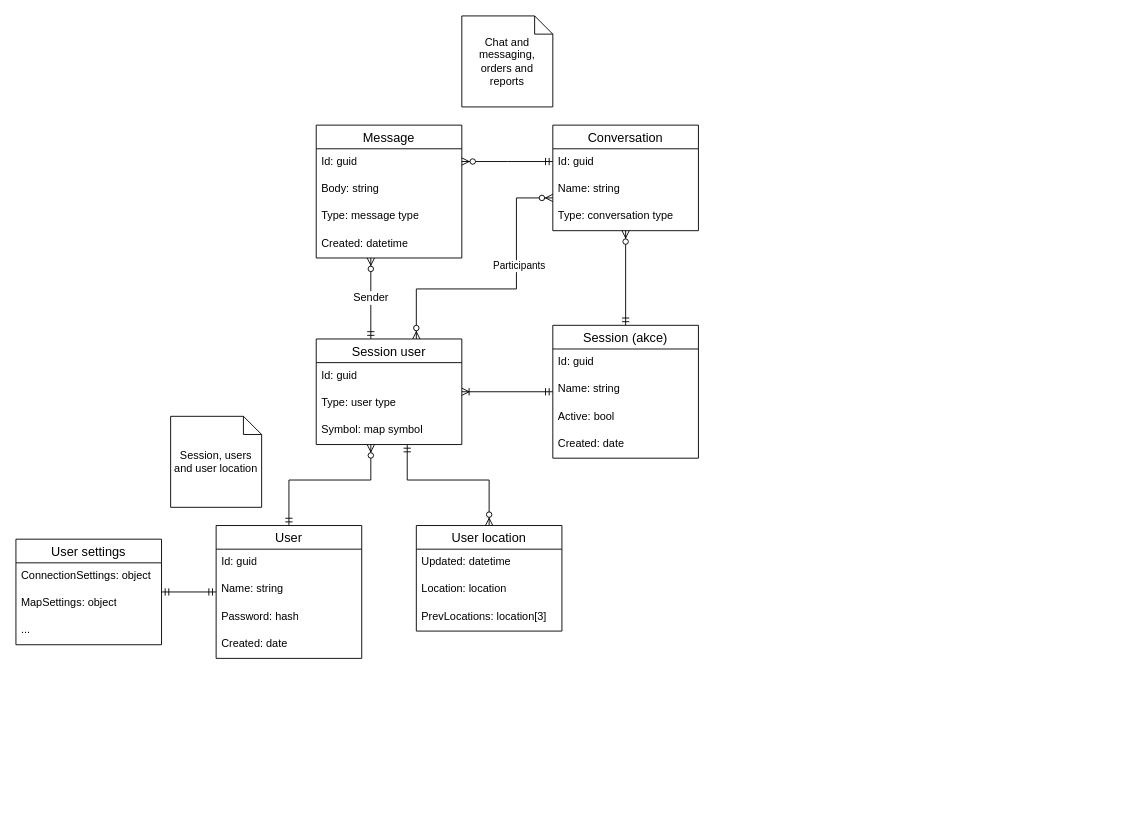
Revarin/dp24-milapp-perina keeps this draw.io diagram as doc/design/domain_model.drawio. Above is the earlier version. Source tidied: cells renumbered, new cells numbered last; positions are measured from the earlier drawing's top-left corner, leaving out a move shared by most shapes. Both pictures are drawn from the tidied source at 91%, with x=0, y=0 at pixel (15, 15).
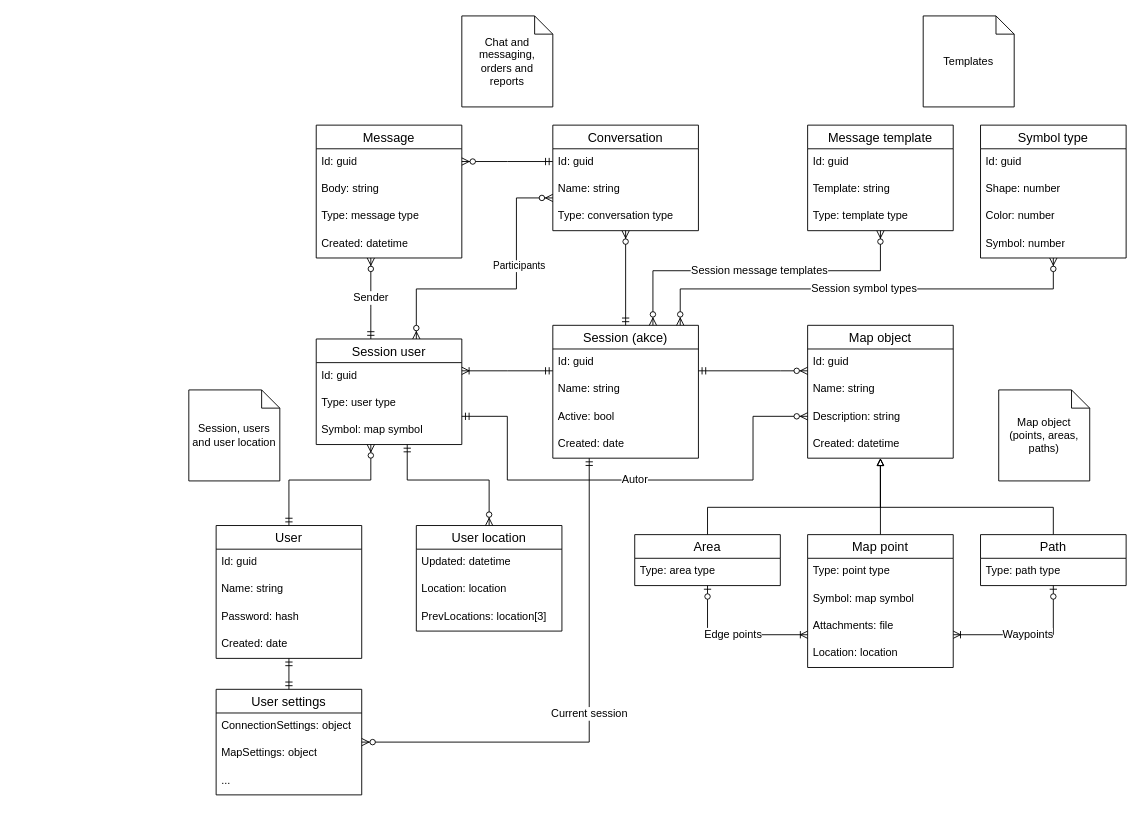
Above is the later version.

The change refers to these unchanged cells:
```xml
<mxCell id="2" value="Session (akce)" style="swimlane;fontStyle=0;horizontal=1;startSize=26;align=center;fontSize=14;" parent="1" vertex="1">
  <mxGeometry x="590" y="340" width="160" height="146" as="geometry" />
</mxCell>
<mxCell id="12" value="Session user" style="swimlane;fontStyle=0;horizontal=1;startSize=26;align=center;fontSize=14;" parent="1" vertex="1">
  <mxGeometry x="330" y="355" width="160" height="116" as="geometry" />
</mxCell>
```

What changed in the source:
```diff
@@
     <mxCell id="20" style="edgeStyle=orthogonalEdgeStyle;fontSize=12;html=1;endArrow=ERoneToMany;startArrow=ERmandOne;rounded=0;" parent="1" edge="1" source="2" target="12">
-      <mxGeometry relative="1" as="geometry" />
+      <mxGeometry relative="1" as="geometry">
+        <Array as="points">
+          <mxPoint x="540" y="390" />
+          <mxPoint x="540" y="390" />
+        </Array>
+      </mxGeometry>
     </mxCell>
@@
     <mxCell id="23" value="User settings" style="swimlane;fontStyle=0;horizontal=1;startSize=26;align=center;fontSize=14;" parent="1" vertex="1">
-      <mxGeometry y="575" width="160" height="116" as="geometry" />
+      <mxGeometry x="220" y="740" width="160" height="116" as="geometry" />
     </mxCell>
@@
     <mxCell id="28" value="Session, users and user location" style="shape=note;size=20;whiteSpace=wrap;html=1;" parent="1" vertex="1">
-      <mxGeometry x="170" y="440" width="100" height="100" as="geometry" />
+      <mxGeometry x="190" y="411" width="100" height="100" as="geometry" />
     </mxCell>
@@
+    <mxCell id="44" style="edgeStyle=orthogonalEdgeStyle;rounded=0;jettySize=auto;html=1;endArrow=block;endFill=0;" parent="1" edge="1" source="45" target="56">
+      <mxGeometry relative="1" as="geometry" />
+    </mxCell>
+    <mxCell id="45" value="Map point" style="swimlane;fontStyle=0;horizontal=1;startSize=26;align=center;fontSize=14;" parent="1" vertex="1">
+      <mxGeometry x="870" y="570" width="160" height="146" as="geometry" />
+    </mxCell>
+    <mxCell id="46" value="Type: point type" style="text;strokeColor=none;fillColor=none;spacingLeft=4;spacingRight=4;overflow=hidden;fontSize=12;whiteSpace=wrap;html=1;" parent="45" vertex="1">
+      <mxGeometry y="26" width="160" height="30" as="geometry" />
+    </mxCell>
+    <mxCell id="47" value="Symbol: map symbol" style="text;strokeColor=none;fillColor=none;spacingLeft=4;spacingRight=4;overflow=hidden;fontSize=12;whiteSpace=wrap;html=1;" parent="45" vertex="1">
+      <mxGeometry y="56" width="160" height="30" as="geometry" />
+    </mxCell>
+    <mxCell id="48" value="Attachments: file" style="text;strokeColor=none;fillColor=none;spacingLeft=4;spacingRight=4;overflow=hidden;fontSize=12;whiteSpace=wrap;html=1;" parent="45" vertex="1">
+      <mxGeometry y="86" width="160" height="30" as="geometry" />
+    </mxCell>
+    <mxCell id="49" value="Location: location" style="text;strokeColor=none;fillColor=none;spacingLeft=4;spacingRight=4;overflow=hidden;fontSize=12;whiteSpace=wrap;html=1;" parent="45" vertex="1">
+      <mxGeometry y="116" width="160" height="30" as="geometry" />
+    </mxCell>
+    <mxCell id="50" style="edgeStyle=orthogonalEdgeStyle;rounded=0;jettySize=auto;html=1;endArrow=block;endFill=0;" parent="1" edge="1" source="51" target="56">
+      <mxGeometry relative="1" as="geometry">
+        <Array as="points">
+          <mxPoint x="760" y="540" />
+          <mxPoint x="950" y="540" />
+        </Array>
+      </mxGeometry>
+    </mxCell>
+    <mxCell id="51" value="Area" style="swimlane;fontStyle=0;horizontal=1;startSize=26;align=center;fontSize=14;" parent="1" vertex="1">
+      <mxGeometry x="680" y="570" width="160" height="56" as="geometry" />
+    </mxCell>
+    <mxCell id="52" value="Type: area type" style="text;strokeColor=none;fillColor=none;spacingLeft=4;spacingRight=4;overflow=hidden;fontSize=12;whiteSpace=wrap;html=1;" parent="51" vertex="1">
+      <mxGeometry y="26" width="160" height="30" as="geometry" />
+    </mxCell>
+    <mxCell id="53" style="edgeStyle=orthogonalEdgeStyle;rounded=0;jettySize=auto;html=1;endArrow=block;endFill=0;" parent="1" edge="1" source="54" target="56">
+      <mxGeometry relative="1" as="geometry">
+        <Array as="points">
+          <mxPoint x="1140" y="540" />
+          <mxPoint x="950" y="540" />
+        </Array>
+      </mxGeometry>
+    </mxCell>
+    <mxCell id="54" value="Path" style="swimlane;fontStyle=0;horizontal=1;startSize=26;align=center;fontSize=14;" parent="1" vertex="1">
+      <mxGeometry x="1060" y="570" width="160" height="56" as="geometry" />
+    </mxCell>
+    <mxCell id="55" value="Type: path type" style="text;strokeColor=none;fillColor=none;spacingLeft=4;spacingRight=4;overflow=hidden;fontSize=12;whiteSpace=wrap;html=1;" parent="54" vertex="1">
+      <mxGeometry y="26" width="160" height="30" as="geometry" />
+    </mxCell>
+    <mxCell id="56" value="Map object" style="swimlane;fontStyle=0;horizontal=1;startSize=26;align=center;fontSize=14;" parent="1" vertex="1">
+      <mxGeometry x="870" y="340" width="160" height="146" as="geometry" />
+    </mxCell>
+    <mxCell id="57" value="Id: guid" style="text;strokeColor=none;fillColor=none;spacingLeft=4;spacingRight=4;overflow=hidden;fontSize=12;whiteSpace=wrap;html=1;" parent="56" vertex="1">
+      <mxGeometry y="26" width="160" height="30" as="geometry" />
+    </mxCell>
+    <mxCell id="58" value="Name: string" style="text;strokeColor=none;fillColor=none;spacingLeft=4;spacingRight=4;overflow=hidden;fontSize=12;whiteSpace=wrap;html=1;" parent="56" vertex="1">
+      <mxGeometry y="56" width="160" height="30" as="geometry" />
+    </mxCell>
+    <mxCell id="59" value="Description: string" style="text;strokeColor=none;fillColor=none;spacingLeft=4;spacingRight=4;overflow=hidden;fontSize=12;whiteSpace=wrap;html=1;" parent="56" vertex="1">
+      <mxGeometry y="86" width="160" height="30" as="geometry" />
+    </mxCell>
+    <mxCell id="60" value="Created: datetime" style="text;strokeColor=none;fillColor=none;spacingLeft=4;spacingRight=4;overflow=hidden;fontSize=12;whiteSpace=wrap;html=1;" parent="56" vertex="1">
+      <mxGeometry y="116" width="160" height="30" as="geometry" />
+    </mxCell>
+    <mxCell id="61" style="edgeStyle=orthogonalEdgeStyle;fontSize=12;html=1;endArrow=ERzeroToMany;startArrow=ERmandOne;rounded=0;" parent="1" edge="1" source="2" target="56">
+      <mxGeometry relative="1" as="geometry">
+        <Array as="points">
+          <mxPoint x="840" y="390" />
+          <mxPoint x="840" y="390" />
+        </Array>
+      </mxGeometry>
+    </mxCell>
+    <mxCell id="62" value="Autor" style="edgeStyle=orthogonalEdgeStyle;fontSize=12;html=1;endArrow=ERzeroToMany;startArrow=ERmandOne;rounded=0;" parent="1" edge="1" source="12" target="56">
+      <mxGeometry relative="1" as="geometry">
+        <Array as="points">
+          <mxPoint x="540" y="440" />
+          <mxPoint x="540" y="510" />
+          <mxPoint x="810" y="510" />
+          <mxPoint x="810" y="440" />
+        </Array>
+      </mxGeometry>
+    </mxCell>
+    <mxCell id="63" value="Edge points" style="edgeStyle=orthogonalEdgeStyle;fontSize=12;html=1;endArrow=ERoneToMany;startArrow=ERzeroToOne;rounded=0;" parent="1" edge="1" source="51" target="45">
+      <mxGeometry relative="1" as="geometry">
+        <Array as="points">
+          <mxPoint x="760" y="680" />
+        </Array>
+      </mxGeometry>
+    </mxCell>
+    <mxCell id="64" value="Waypoints" style="edgeStyle=orthogonalEdgeStyle;fontSize=12;html=1;endArrow=ERoneToMany;startArrow=ERzeroToOne;rounded=0;" parent="1" edge="1" source="54" target="45">
+      <mxGeometry relative="1" as="geometry">
+        <Array as="points">
+          <mxPoint x="1140" y="680" />
+        </Array>
+      </mxGeometry>
+    </mxCell>
+    <mxCell id="65" value="Map object (points, areas, paths)" style="shape=note;size=20;whiteSpace=wrap;html=1;" parent="1" vertex="1">
+      <mxGeometry x="1080" y="411" width="100" height="100" as="geometry" />
+    </mxCell>
+    <mxCell id="66" value="Message template" style="swimlane;fontStyle=0;horizontal=1;startSize=26;align=center;fontSize=14;" parent="1" vertex="1">
+      <mxGeometry x="870" y="120" width="160" height="116" as="geometry" />
+    </mxCell>
+    <mxCell id="67" value="Id: guid" style="text;strokeColor=none;fillColor=none;spacingLeft=4;spacingRight=4;overflow=hidden;fontSize=12;whiteSpace=wrap;html=1;" parent="66" vertex="1">
+      <mxGeometry y="26" width="160" height="30" as="geometry" />
+    </mxCell>
+    <mxCell id="68" value="Template: string" style="text;strokeColor=none;fillColor=none;spacingLeft=4;spacingRight=4;overflow=hidden;fontSize=12;whiteSpace=wrap;html=1;" parent="66" vertex="1">
+      <mxGeometry y="56" width="160" height="30" as="geometry" />
+    </mxCell>
+    <mxCell id="69" value="Type: template type" style="text;strokeColor=none;fillColor=none;spacingLeft=4;spacingRight=4;overflow=hidden;fontSize=12;whiteSpace=wrap;html=1;" parent="66" vertex="1">
+      <mxGeometry y="86" width="160" height="30" as="geometry" />
+    </mxCell>
+    <mxCell id="70" value="Symbol type" style="swimlane;fontStyle=0;horizontal=1;startSize=26;align=center;fontSize=14;" parent="1" vertex="1">
+      <mxGeometry x="1060" y="120" width="160" height="146" as="geometry" />
+    </mxCell>
+    <mxCell id="71" value="Id: guid" style="text;strokeColor=none;fillColor=none;spacingLeft=4;spacingRight=4;overflow=hidden;fontSize=12;whiteSpace=wrap;html=1;" parent="70" vertex="1">
+      <mxGeometry y="26" width="160" height="30" as="geometry" />
+    </mxCell>
+    <mxCell id="72" value="Shape: number" style="text;strokeColor=none;fillColor=none;spacingLeft=4;spacingRight=4;overflow=hidden;fontSize=12;whiteSpace=wrap;html=1;" parent="70" vertex="1">
+      <mxGeometry y="56" width="160" height="30" as="geometry" />
+    </mxCell>
+    <mxCell id="73" value="Color: number" style="text;strokeColor=none;fillColor=none;spacingLeft=4;spacingRight=4;overflow=hidden;fontSize=12;whiteSpace=wrap;html=1;" parent="70" vertex="1">
+      <mxGeometry y="86" width="160" height="30" as="geometry" />
+    </mxCell>
+    <mxCell id="74" value="Symbol: number" style="text;strokeColor=none;fillColor=none;spacingLeft=4;spacingRight=4;overflow=hidden;fontSize=12;whiteSpace=wrap;html=1;" parent="70" vertex="1">
+      <mxGeometry y="116" width="160" height="30" as="geometry" />
+    </mxCell>
+    <mxCell id="75" value="Session message templates" style="edgeStyle=orthogonalEdgeStyle;fontSize=12;html=1;endArrow=ERzeroToMany;endFill=1;startArrow=ERzeroToMany;rounded=0;" parent="1" edge="1" source="2" target="66">
+      <mxGeometry relative="1" as="geometry">
+        <Array as="points">
+          <mxPoint x="700" y="280" />
+          <mxPoint x="950" y="280" />
+        </Array>
+      </mxGeometry>
+    </mxCell>
+    <mxCell id="76" value="Session symbol types" style="edgeStyle=orthogonalEdgeStyle;fontSize=12;html=1;endArrow=ERzeroToMany;endFill=1;startArrow=ERzeroToMany;rounded=0;" parent="1" edge="1" source="2" target="70">
+      <mxGeometry relative="1" as="geometry">
+        <Array as="points">
+          <mxPoint x="730" y="300" />
+          <mxPoint x="1140" y="300" />
+        </Array>
+      </mxGeometry>
+    </mxCell>
+    <mxCell id="77" value="Templates" style="shape=note;size=20;whiteSpace=wrap;html=1;" parent="1" vertex="1">
+      <mxGeometry x="997" width="100" height="100" as="geometry" />
+    </mxCell>
+    <mxCell id="78" value="Current session" style="edgeStyle=orthogonalEdgeStyle;fontSize=12;html=1;endArrow=ERzeroToMany;startArrow=ERmandOne;rounded=0;" parent="1" edge="1" source="2" target="23">
+      <mxGeometry relative="1" as="geometry">
+        <Array as="points">
+          <mxPoint x="630" y="798" />
+        </Array>
+      </mxGeometry>
+    </mxCell>
```
